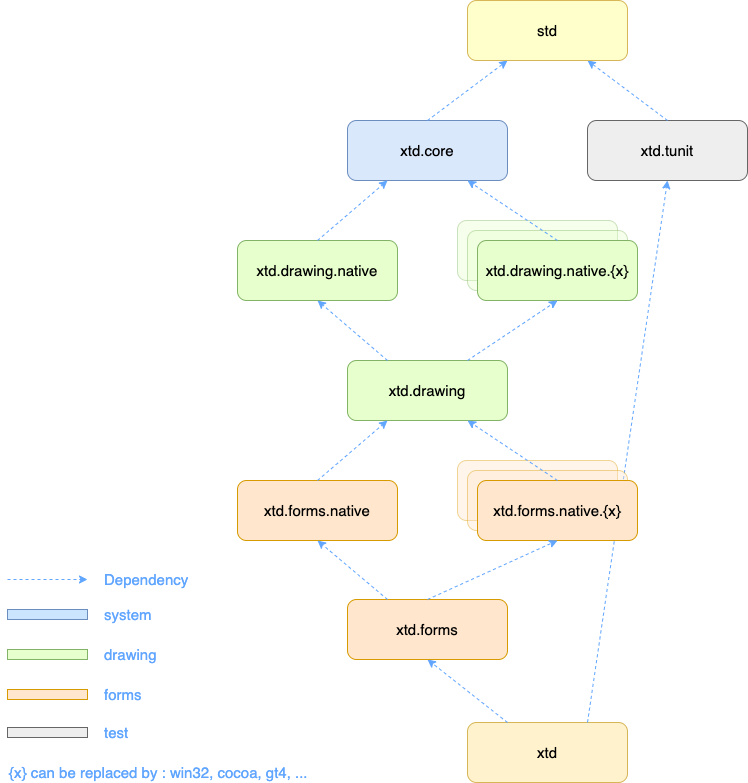
Earlier version of the draw.io export docs/pictures/hierarchy.png (gammasoft71/xtd). Source tidied: cells renumbered, new cells last; positions are measured from the earlier drawing's top-left corner, leaving out a move shared by most shapes.
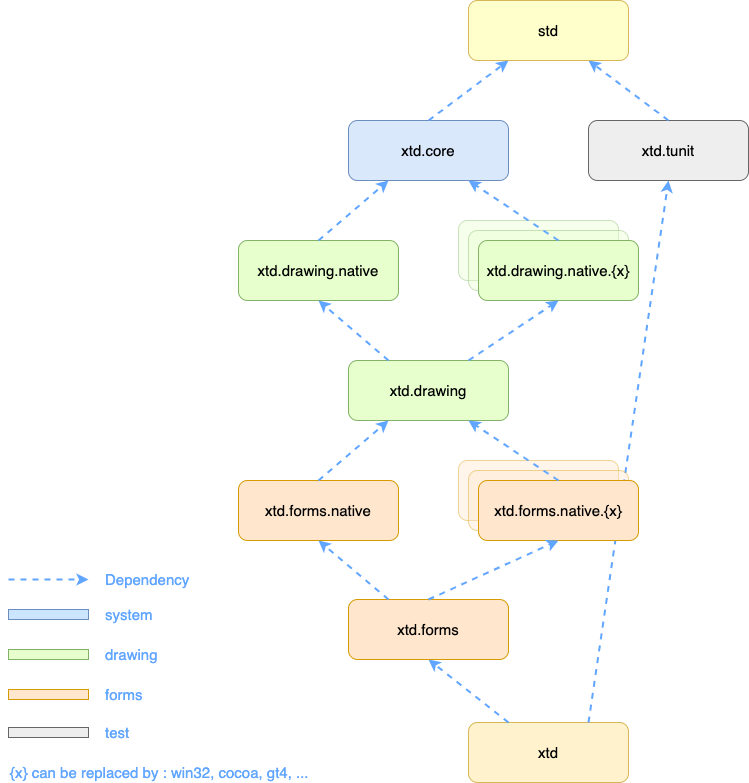
Above is the later version.

What changed in the source:
```diff
@@ -8,10 +8,10 @@
     <mxCell id="3" style="rounded=1;whiteSpace=wrap;html=1;fillColor=#FFE6CC;strokeColor=#d79b00;fontSize=15;opacity=40;" parent="1" vertex="1">
       <mxGeometry x="450" y="460" width="160" height="60" as="geometry" />
     </mxCell>
-    <mxCell id="4" style="endArrow=classic;dashed=1;html=1;entryX=0.25;entryY=1;exitX=0.5;exitY=0;startArrow=none;startFill=0;endFill=1;fontSize=15;entryDx=0;entryDy=0;exitDx=0;exitDy=0;strokeColor=#60A5FF;" parent="1" edge="1" source="2" target="19">
+    <mxCell id="4" style="endArrow=classic;dashed=1;html=1;entryX=0.25;entryY=1;exitX=0.5;exitY=0;startArrow=none;startFill=0;endFill=1;fontSize=15;entryDx=0;entryDy=0;exitDx=0;exitDy=0;strokeColor=#60A5FF;strokeWidth=2;" parent="1" edge="1" source="2" target="19">
       <mxGeometry relative="1" as="geometry" />
     </mxCell>
-    <mxCell id="5" style="endArrow=classic;dashed=1;html=1;endFill=1;fontSize=15;strokeColor=#60A5FF;" parent="1" edge="1">
+    <mxCell id="5" style="endArrow=classic;dashed=1;html=1;endFill=1;fontSize=15;strokeColor=#60A5FF;strokeWidth=2;" parent="1" edge="1">
       <mxGeometry relative="1" as="geometry">
         <mxPoint y="579" as="sourcePoint" />
         <mxPoint x="80" y="579" as="targetPoint" />
@@ -47,13 +47,13 @@
     <mxCell id="15" value="&lt;span&gt;xtd&lt;/span&gt;" style="rounded=1;whiteSpace=wrap;html=1;strokeColor=#d6b656;fontSize=15;fillColor=#fff2cc;" parent="1" vertex="1">
       <mxGeometry x="460" y="722" width="160" height="60" as="geometry" />
     </mxCell>
-    <mxCell id="16" style="endArrow=classic;dashed=1;html=1;exitX=0.5;exitY=0;endFill=1;fontSize=15;exitDx=0;exitDy=0;entryX=0.75;entryY=1;entryDx=0;entryDy=0;strokeColor=#60A5FF;" parent="1" edge="1" source="13" target="19">
+    <mxCell id="16" style="endArrow=classic;dashed=1;html=1;exitX=0.5;exitY=0;endFill=1;fontSize=15;exitDx=0;exitDy=0;entryX=0.75;entryY=1;entryDx=0;entryDy=0;strokeColor=#60A5FF;strokeWidth=2;" parent="1" edge="1" source="13" target="19">
       <mxGeometry relative="1" as="geometry" />
     </mxCell>
-    <mxCell id="17" style="endArrow=classic;dashed=1;html=1;entryX=0.5;entryY=1;exitX=0.25;exitY=0;endFill=1;fontSize=15;entryDx=0;entryDy=0;exitDx=0;exitDy=0;strokeColor=#60A5FF;" parent="1" edge="1" source="15" target="23">
+    <mxCell id="17" style="endArrow=classic;dashed=1;html=1;entryX=0.5;entryY=1;exitX=0.25;exitY=0;endFill=1;fontSize=15;entryDx=0;entryDy=0;exitDx=0;exitDy=0;strokeColor=#60A5FF;strokeWidth=2;" parent="1" edge="1" source="15" target="23">
       <mxGeometry relative="1" as="geometry" />
     </mxCell>
-    <mxCell id="18" style="endArrow=classic;dashed=1;html=1;entryX=0.5;entryY=1;endFill=1;fontSize=15;entryDx=0;entryDy=0;exitX=0.75;exitY=0;exitDx=0;exitDy=0;strokeColor=#60A5FF;" parent="1" edge="1" source="15" target="13">
+    <mxCell id="18" style="endArrow=classic;dashed=1;html=1;entryX=0.5;entryY=1;endFill=1;fontSize=15;entryDx=0;entryDy=0;exitX=0.75;exitY=0;exitDx=0;exitDy=0;strokeColor=#60A5FF;strokeWidth=2;" parent="1" edge="1" source="15" target="13">
       <mxGeometry relative="1" as="geometry" />
     </mxCell>
     <mxCell id="19" value="&lt;span&gt;std&lt;/span&gt;" style="rounded=1;whiteSpace=wrap;html=1;strokeColor=#d6b656;fontSize=15;fillColor=#FFFFCC;" parent="1" vertex="1">
@@ -77,10 +77,10 @@
     <mxCell id="25" value="xtd.forms.native.{x}" style="rounded=1;whiteSpace=wrap;html=1;fillColor=#FFE6CC;strokeColor=#d79b00;fontSize=15;" parent="1" vertex="1">
       <mxGeometry x="470" y="480" width="160" height="60" as="geometry" />
     </mxCell>
-    <mxCell id="26" style="endArrow=classic;dashed=1;html=1;entryX=0.5;entryY=1;exitX=0.5;exitY=0;endFill=1;fontSize=15;entryDx=0;entryDy=0;exitDx=0;exitDy=0;strokeColor=#60A5FF;" parent="1" edge="1" source="23" target="25">
+    <mxCell id="26" style="endArrow=classic;dashed=1;html=1;entryX=0.5;entryY=1;exitX=0.5;exitY=0;endFill=1;fontSize=15;entryDx=0;entryDy=0;exitDx=0;exitDy=0;strokeColor=#60A5FF;strokeWidth=2;" parent="1" edge="1" source="23" target="25">
       <mxGeometry relative="1" as="geometry" />
     </mxCell>
-    <mxCell id="27" style="endArrow=classic;dashed=1;html=1;entryX=0.5;entryY=1;exitX=0.25;exitY=0;endFill=1;fontSize=15;entryDx=0;entryDy=0;exitDx=0;exitDy=0;strokeColor=#60A5FF;" parent="1" edge="1" source="23" target="22">
+    <mxCell id="27" style="endArrow=classic;dashed=1;html=1;entryX=0.5;entryY=1;exitX=0.25;exitY=0;endFill=1;fontSize=15;entryDx=0;entryDy=0;exitDx=0;exitDy=0;strokeColor=#60A5FF;strokeWidth=2;" parent="1" edge="1" source="23" target="22">
       <mxGeometry relative="1" as="geometry" />
     </mxCell>
     <mxCell id="28" value="xtd.drawing" style="rounded=1;whiteSpace=wrap;html=1;fontSize=15;fillColor=#E6FFCC;strokeColor=#82B366;" parent="1" vertex="1">
@@ -89,7 +89,7 @@
     <mxCell id="29" value="xtd.drawing.native" style="rounded=1;whiteSpace=wrap;html=1;fontSize=15;fillColor=#E6FFCC;strokeColor=#82B366;" parent="1" vertex="1">
       <mxGeometry x="230" y="240" width="160" height="60" as="geometry" />
     </mxCell>
-    <mxCell id="30" style="endArrow=classic;dashed=1;html=1;entryX=0.25;entryY=1;exitX=0.5;exitY=0;endFill=1;fontSize=15;entryDx=0;entryDy=0;exitDx=0;exitDy=0;strokeColor=#60A5FF;" parent="1" edge="1" source="29" target="2">
+    <mxCell id="30" style="endArrow=classic;dashed=1;html=1;entryX=0.25;entryY=1;exitX=0.5;exitY=0;endFill=1;fontSize=15;entryDx=0;entryDy=0;exitDx=0;exitDy=0;strokeColor=#60A5FF;strokeWidth=2;" parent="1" edge="1" source="29" target="2">
       <mxGeometry relative="1" as="geometry" />
     </mxCell>
     <mxCell id="31" style="rounded=1;whiteSpace=wrap;html=1;fontSize=15;fillColor=#E6FFCC;strokeColor=#82B366;opacity=40;" parent="1" vertex="1">
@@ -98,22 +98,22 @@
     <mxCell id="32" value="xtd.drawing.native.{x}" style="rounded=1;whiteSpace=wrap;html=1;fontSize=15;fillColor=#E6FFCC;strokeColor=#82B366;" parent="1" vertex="1">
       <mxGeometry x="470" y="240" width="160" height="60" as="geometry" />
     </mxCell>
-    <mxCell id="33" style="endArrow=classic;dashed=1;html=1;entryX=0.75;entryY=1;exitX=0.5;exitY=0;endFill=1;fontSize=15;entryDx=0;entryDy=0;exitDx=0;exitDy=0;strokeColor=#60A5FF;" parent="1" edge="1" source="32" target="2">
+    <mxCell id="33" style="endArrow=classic;dashed=1;html=1;entryX=0.75;entryY=1;exitX=0.5;exitY=0;endFill=1;fontSize=15;entryDx=0;entryDy=0;exitDx=0;exitDy=0;strokeColor=#60A5FF;strokeWidth=2;" parent="1" edge="1" source="32" target="2">
       <mxGeometry relative="1" as="geometry" />
     </mxCell>
-    <mxCell id="34" style="endArrow=classic;dashed=1;html=1;exitX=0.5;exitY=0;endFill=1;fontSize=15;exitDx=0;exitDy=0;entryX=0.25;entryY=1;entryDx=0;entryDy=0;strokeColor=#60A5FF;" parent="1" edge="1" source="22" target="28">
+    <mxCell id="34" style="endArrow=classic;dashed=1;html=1;exitX=0.5;exitY=0;endFill=1;fontSize=15;exitDx=0;exitDy=0;entryX=0.25;entryY=1;entryDx=0;entryDy=0;strokeColor=#60A5FF;strokeWidth=2;" parent="1" edge="1" source="22" target="28">
       <mxGeometry relative="1" as="geometry" />
     </mxCell>
-    <mxCell id="35" style="endArrow=classic;dashed=1;html=1;exitX=0.5;exitY=0;endFill=1;fontSize=15;exitDx=0;exitDy=0;entryX=0.75;entryY=1;entryDx=0;entryDy=0;strokeColor=#60A5FF;" parent="1" edge="1" source="25" target="28">
+    <mxCell id="35" style="endArrow=classic;dashed=1;html=1;exitX=0.5;exitY=0;endFill=1;fontSize=15;exitDx=0;exitDy=0;entryX=0.75;entryY=1;entryDx=0;entryDy=0;strokeColor=#60A5FF;strokeWidth=2;" parent="1" edge="1" source="25" target="28">
       <mxGeometry relative="1" as="geometry" />
     </mxCell>
-    <mxCell id="36" style="endArrow=classic;dashed=1;html=1;endFill=1;fontSize=15;entryX=0.5;entryY=1;entryDx=0;entryDy=0;exitX=0.75;exitY=0;exitDx=0;exitDy=0;strokeColor=#60A5FF;" parent="1" edge="1" source="28" target="32">
+    <mxCell id="36" style="endArrow=classic;dashed=1;html=1;endFill=1;fontSize=15;entryX=0.5;entryY=1;entryDx=0;entryDy=0;exitX=0.75;exitY=0;exitDx=0;exitDy=0;strokeColor=#60A5FF;strokeWidth=2;" parent="1" edge="1" source="28" target="32">
       <mxGeometry relative="1" as="geometry" />
     </mxCell>
     <mxCell id="37" value="{x} can be replaced by : win32, cocoa, gt4, ..." style="text;html=1;strokeColor=none;fillColor=none;align=left;verticalAlign=middle;whiteSpace=wrap;fontSize=15;fontColor=#60A5FF;" parent="1" vertex="1">
       <mxGeometry y="762" width="320" height="20" as="geometry" />
     </mxCell>
-    <mxCell id="38" style="endArrow=classic;dashed=1;html=1;endFill=1;fontSize=15;entryX=0.5;entryY=1;entryDx=0;entryDy=0;exitX=0.25;exitY=0;exitDx=0;exitDy=0;strokeColor=#60A5FF;" parent="1" edge="1" source="28" target="29">
+    <mxCell id="38" style="endArrow=classic;dashed=1;html=1;endFill=1;fontSize=15;entryX=0.5;entryY=1;entryDx=0;entryDy=0;exitX=0.25;exitY=0;exitDx=0;exitDy=0;strokeColor=#60A5FF;strokeWidth=2;" parent="1" edge="1" source="28" target="29">
       <mxGeometry relative="1" as="geometry" />
     </mxCell>
   </root>
```
